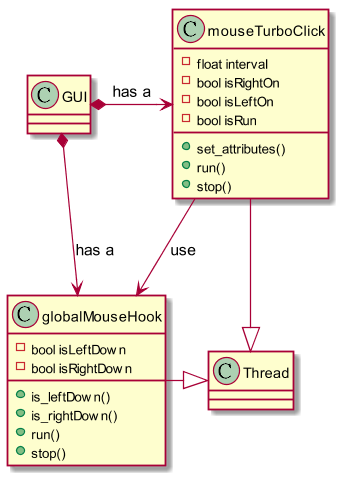
gabigon88/MouseTurboClick keeps this PlantUML diagram as out/preview_UML/preview_UML.png. Above is the earlier version.
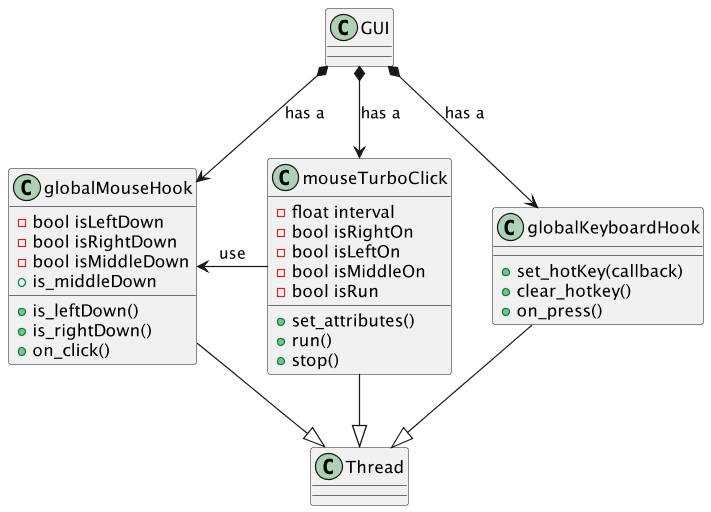
After the change.

The edit, as a diff of the source:
```diff
@@ -4,25 +4,34 @@
 class globalMouseHook{
     - bool isLeftDown
     - bool isRightDown
+    - bool isMiddleDown
     + is_leftDown()
     + is_rightDown()
-    + run()
-    + stop()
+    + is_middleDown
+    + on_click()
+}
+class globalKeyboardHook{
+    + set_hotKey(callback)
+    + clear_hotkey()
+    + on_press()
 }
 class mouseTurboClick{
     - float interval
     - bool isRightOn
     - bool isLeftOn
+    - bool isMiddleOn
     - bool isRun
     + set_attributes()
     + run()
     + stop()
 }
 
-globalMouseHook -right-|> Thread
+globalMouseHook --|> Thread
+globalKeyboardHook --|> Thread
 mouseTurboClick --|> Thread
 
 GUI *--> globalMouseHook : has a
-GUI *-right-> mouseTurboClick : has a
-mouseTurboClick --> globalMouseHook : use
+GUI *--> globalKeyboardHook : has a
+GUI *--> mouseTurboClick : has a
+mouseTurboClick -left-> globalMouseHook : use
 @enduml
```
